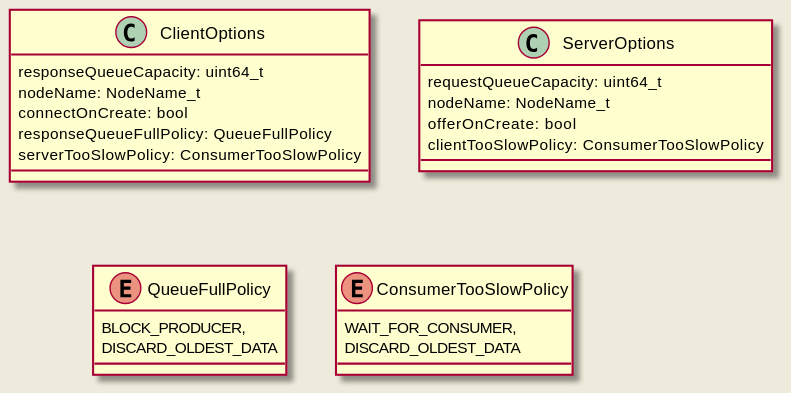
Above: doc/design/diagrams/request_response/client_and_server_options.svg in eclipse-iceoryx/iceoryx (PlantUML), before the change. Its source is kept beside it as doc/design/diagrams/request_response/client_and_server_options.puml.
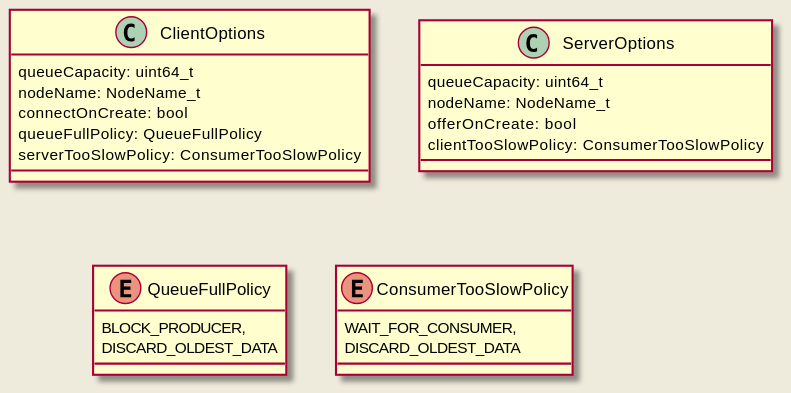
After the commit.

The edit, as a diff of the source:
```diff
@@ -2,15 +2,15 @@
 skinparam backgroundColor #EEEBDC
 
 class ClientOptions {
-  responseQueueCapacity: uint64_t
+  queueCapacity: uint64_t
   nodeName: NodeName_t
   connectOnCreate: bool
-  responseQueueFullPolicy: QueueFullPolicy
+  queueFullPolicy: QueueFullPolicy
   serverTooSlowPolicy: ConsumerTooSlowPolicy
 }
 
 class ServerOptions {
-  requestQueueCapacity: uint64_t
+  queueCapacity: uint64_t
   nodeName: NodeName_t
   offerOnCreate: bool
   clientTooSlowPolicy: ConsumerTooSlowPolicy
```
